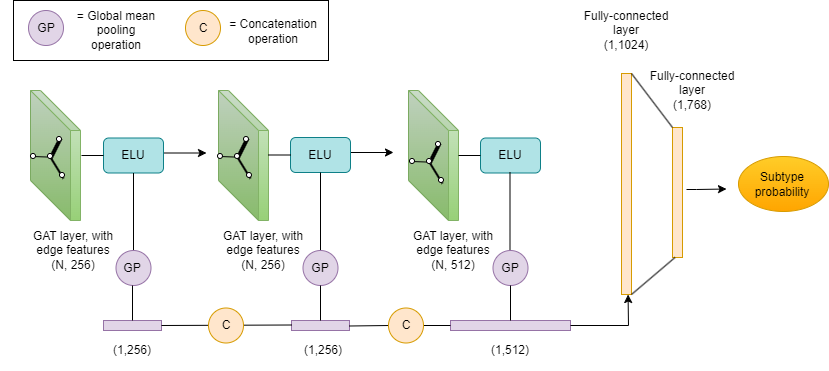
The draw.io diagram Untitled Diagram.drawio.png in lucyOCg/trial-repository, before a commit. Source tidied: cells renumbered, new cells last; positions are measured from the earlier drawing's top-left corner, leaving out a move shared by most shapes.
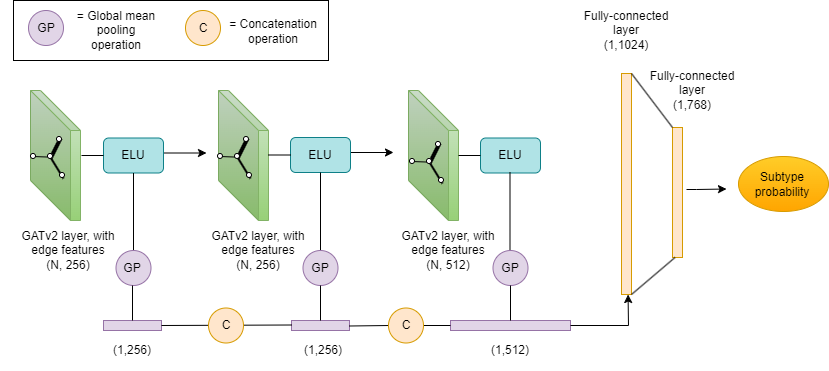
The same file after the commit.

What changed in the source:
```diff
@@ -20,14 +20,14 @@
         <mxPoint x="206" y="152.5" as="targetPoint" />
       </mxGeometry>
     </mxCell>
-    <mxCell id="7" value="GAT layer, with edge features&lt;br&gt;(N, 256)" style="text;strokeColor=none;align=center;fillColor=none;html=1;verticalAlign=middle;whiteSpace=wrap;rounded=0;" parent="1" vertex="1">
-      <mxGeometry x="28" y="230" width="90" height="40" as="geometry" />
+    <mxCell id="7" value="GATv2 layer, with edge features&lt;br&gt;(N, 256)" style="text;strokeColor=none;align=center;fillColor=none;html=1;verticalAlign=middle;whiteSpace=wrap;rounded=0;" parent="1" vertex="1">
+      <mxGeometry x="18" y="230" width="100" height="40" as="geometry" />
     </mxCell>
-    <mxCell id="8" value="GAT layer, with edge features&lt;br&gt;(N, 256)" style="text;strokeColor=none;align=center;fillColor=none;html=1;verticalAlign=middle;whiteSpace=wrap;rounded=0;" parent="1" vertex="1">
-      <mxGeometry x="218" y="230" width="90" height="40" as="geometry" />
+    <mxCell id="8" value="GATv2 layer, with edge features&lt;br&gt;(N, 256)" style="text;strokeColor=none;align=center;fillColor=none;html=1;verticalAlign=middle;whiteSpace=wrap;rounded=0;" parent="1" vertex="1">
+      <mxGeometry x="208" y="230" width="100" height="40" as="geometry" />
     </mxCell>
-    <mxCell id="9" value="GAT layer, with edge features&lt;br&gt;(N, 512)" style="text;strokeColor=none;align=center;fillColor=none;html=1;verticalAlign=middle;whiteSpace=wrap;rounded=0;" parent="1" vertex="1">
-      <mxGeometry x="408" y="230" width="90" height="40" as="geometry" />
+    <mxCell id="9" value="GATv2 layer, with edge features&lt;br&gt;(N, 512)" style="text;strokeColor=none;align=center;fillColor=none;html=1;verticalAlign=middle;whiteSpace=wrap;rounded=0;" parent="1" vertex="1">
+      <mxGeometry x="398" y="230" width="100" height="40" as="geometry" />
     </mxCell>
     <mxCell id="10" value="ELU" style="rounded=1;whiteSpace=wrap;html=1;fillColor=#b0e3e6;strokeColor=#0e8088;" parent="1" vertex="1">
       <mxGeometry x="103" y="137.5" width="60" height="35" as="geometry" />
```
